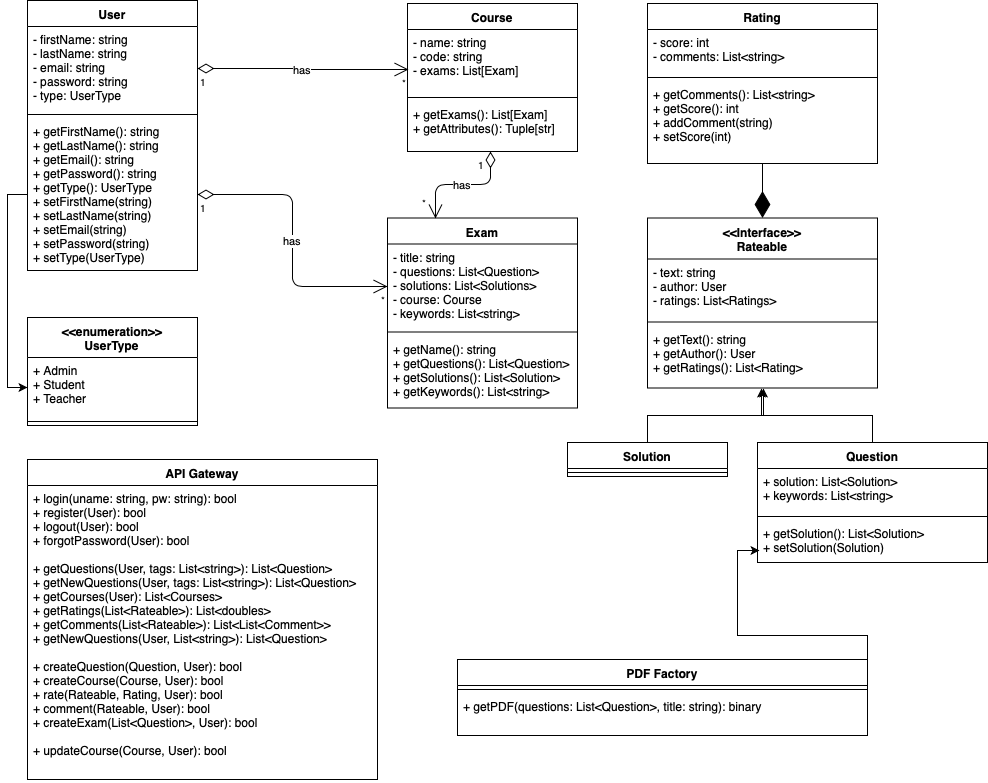
utec-cs2901-2019-2/easy-exam-grupo-iii keeps this draw.io diagram as docs/diagrams/easy-exam-class-diagram.png. Above is the earlier version. Source tidied: cells renumbered, new cells last; positions are measured from the earlier drawing's top-left corner, leaving out a move shared by most shapes.
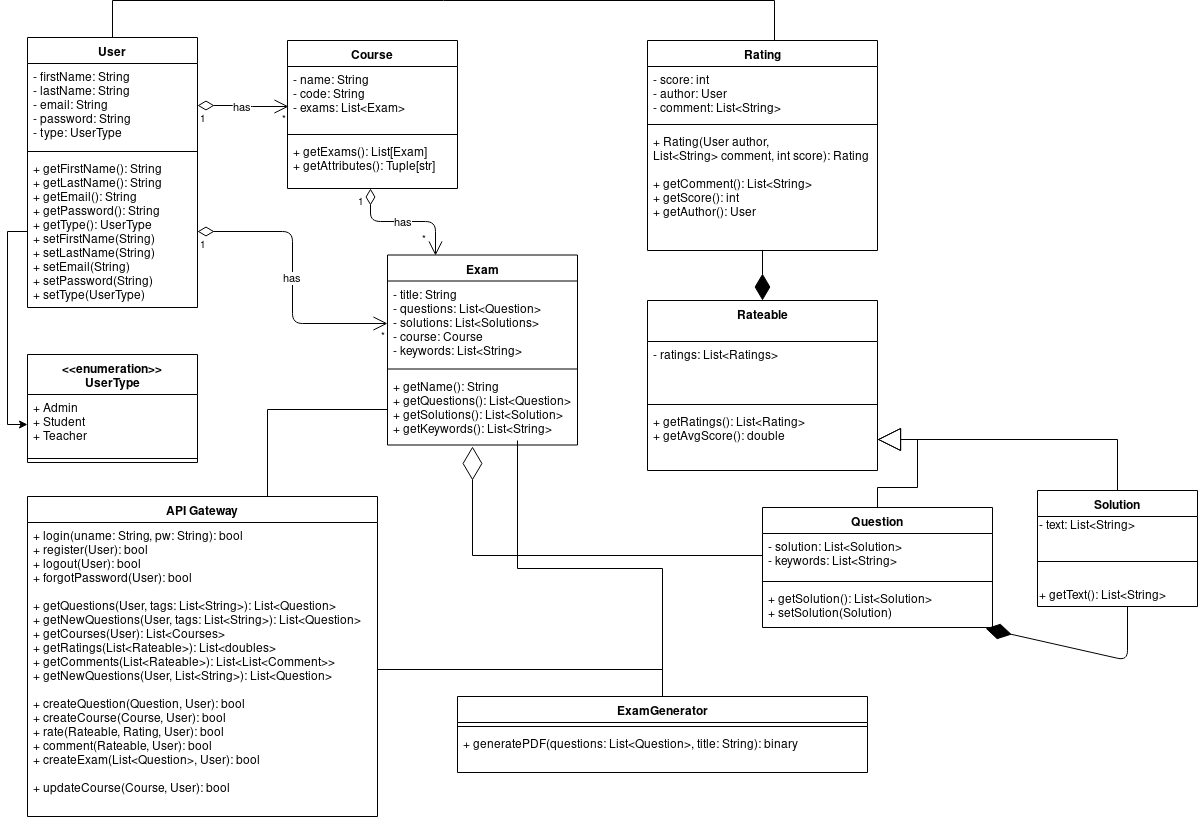
Above is the later version.

Change to the diagram source:
```diff
@@ -3,9 +3,9 @@
     <mxCell id="0" />
     <mxCell id="1" parent="0" />
     <mxCell id="2" value="Course" style="swimlane;fontStyle=1;align=center;verticalAlign=top;horizontal=1;startSize=26;" parent="1" vertex="1">
-      <mxGeometry x="380" y="3" width="170" height="148" as="geometry" />
+      <mxGeometry x="260" y="3" width="170" height="148" as="geometry" />
     </mxCell>
-    <mxCell id="3" value="- name: string&#10;- code: string&#10;- exams: List[Exam]" style="text;strokeColor=none;fillColor=none;align=left;verticalAlign=top;spacingLeft=4;spacingRight=4;overflow=hidden;points=[[0,0.5],[1,0.5]];portConstraint=eastwest;" parent="2" vertex="1">
+    <mxCell id="3" value="- name: String&#10;- code: String&#10;- exams: List&lt;Exam&gt;" style="text;strokeColor=none;fillColor=none;align=left;verticalAlign=top;spacingLeft=4;spacingRight=4;overflow=hidden;points=[[0,0.5],[1,0.5]];portConstraint=eastwest;" parent="2" vertex="1">
       <mxGeometry y="26" width="170" height="64" as="geometry" />
     </mxCell>
     <mxCell id="4" style="line;strokeWidth=1;fillColor=none;align=left;verticalAlign=middle;spacingTop=-1;spacingLeft=3;spacingRight=3;labelPosition=right;" parent="2" vertex="1">
@@ -17,22 +17,22 @@
     <mxCell id="6" value="Exam" style="swimlane;fontStyle=1;align=center;verticalAlign=top;horizontal=1;startSize=26;" parent="1" vertex="1">
       <mxGeometry x="360" y="217.5" width="190" height="190" as="geometry" />
     </mxCell>
-    <mxCell id="7" value="- title: string&#10;- questions: List&lt;Question&gt;&#10;- solutions: List&lt;Solutions&gt;&#10;- course: Course&#10;- keywords: List&lt;string&gt;&#10;" style="text;strokeColor=none;fillColor=none;align=left;verticalAlign=top;spacingLeft=4;spacingRight=4;overflow=hidden;points=[[0,0.5],[1,0.5]];portConstraint=eastwest;" parent="6" vertex="1">
+    <mxCell id="7" value="- title: String&#10;- questions: List&lt;Question&gt;&#10;- solutions: List&lt;Solutions&gt;&#10;- course: Course&#10;- keywords: List&lt;String&gt;&#10;" style="text;strokeColor=none;fillColor=none;align=left;verticalAlign=top;spacingLeft=4;spacingRight=4;overflow=hidden;points=[[0,0.5],[1,0.5]];portConstraint=eastwest;" parent="6" vertex="1">
       <mxGeometry y="26" width="190" height="84" as="geometry" />
     </mxCell>
     <mxCell id="8" style="line;strokeWidth=1;fillColor=none;align=left;verticalAlign=middle;spacingTop=-1;spacingLeft=3;spacingRight=3;labelPosition=right;" parent="6" vertex="1">
       <mxGeometry y="110" width="190" height="8" as="geometry" />
     </mxCell>
-    <mxCell id="9" value="+ getName(): string&#10;+ getQuestions(): List&lt;Question&gt;&#10;+ getSolutions(): List&lt;Solution&gt;&#10;+ getKeywords(): List&lt;string&gt;" style="text;strokeColor=none;fillColor=none;align=left;verticalAlign=top;spacingLeft=4;spacingRight=4;overflow=hidden;points=[[0,0.5],[1,0.5]];portConstraint=eastwest;" parent="6" vertex="1">
+    <mxCell id="9" value="+ getName(): String&#10;+ getQuestions(): List&lt;Question&gt;&#10;+ getSolutions(): List&lt;Solution&gt;&#10;+ getKeywords(): List&lt;String&gt;" style="text;strokeColor=none;fillColor=none;align=left;verticalAlign=top;spacingLeft=4;spacingRight=4;overflow=hidden;points=[[0,0.5],[1,0.5]];portConstraint=eastwest;" parent="6" vertex="1">
       <mxGeometry y="118" width="190" height="72" as="geometry" />
     </mxCell>
-    <mxCell id="10" style="edgeStyle=orthogonalEdgeStyle;rounded=0;jettySize=auto;html=1;exitX=0.5;exitY=0;exitDx=0;exitDy=0;entryX=0.496;entryY=1.008;entryDx=0;entryDy=0;entryPerimeter=0;" parent="1" edge="1" source="11" target="31">
+    <mxCell id="10" style="edgeStyle=orthogonalEdgeStyle;rounded=0;jettySize=auto;html=1;entryX=1;entryY=0.5;entryDx=0;entryDy=0;endArrow=block;endFill=0;exitX=0.5;exitY=0;exitDx=0;exitDy=0;endSize=21;" parent="1" edge="1" source="11" target="31">
       <mxGeometry relative="1" as="geometry" />
     </mxCell>
     <mxCell id="11" value="Question" style="swimlane;fontStyle=1;align=center;verticalAlign=top;horizontal=1;startSize=26;" parent="1" vertex="1">
-      <mxGeometry x="730" y="442" width="230" height="120" as="geometry" />
+      <mxGeometry x="735" y="470" width="230" height="120" as="geometry" />
     </mxCell>
-    <mxCell id="12" value="+ solution: List&lt;Solution&gt;&#10;+ keywords: List&lt;string&gt;" style="text;strokeColor=none;fillColor=none;align=left;verticalAlign=top;spacingLeft=4;spacingRight=4;overflow=hidden;points=[[0,0.5],[1,0.5]];portConstraint=eastwest;" parent="11" vertex="1">
+    <mxCell id="12" value="- solution: List&lt;Solution&gt;&#10;- keywords: List&lt;String&gt;" style="text;strokeColor=none;fillColor=none;align=left;verticalAlign=top;spacingLeft=4;spacingRight=4;overflow=hidden;points=[[0,0.5],[1,0.5]];portConstraint=eastwest;" parent="11" vertex="1">
       <mxGeometry y="26" width="230" height="44" as="geometry" />
     </mxCell>
     <mxCell id="13" style="line;strokeWidth=1;fillColor=none;align=left;verticalAlign=middle;spacingTop=-1;spacingLeft=3;spacingRight=3;labelPosition=right;" parent="11" vertex="1">
@@ -41,57 +41,73 @@
     <mxCell id="14" value="+ getSolution(): List&lt;Solution&gt;&#10;+ setSolution(Solution)" style="text;strokeColor=none;fillColor=none;align=left;verticalAlign=top;spacingLeft=4;spacingRight=4;overflow=hidden;points=[[0,0.5],[1,0.5]];portConstraint=eastwest;" parent="11" vertex="1">
       <mxGeometry y="78" width="230" height="42" as="geometry" />
     </mxCell>
+    <mxCell id="50" style="edgeStyle=orthogonalEdgeStyle;rounded=0;jettySize=auto;html=1;entryX=0;entryY=0.5;entryDx=0;entryDy=0;startSize=28;endArrow=none;endFill=0;endSize=21;strokeWidth=1;" parent="1" edge="1" source="15" target="9">
+      <mxGeometry relative="1" as="geometry">
+        <Array as="points">
+          <mxPoint x="240" y="372" />
+        </Array>
+      </mxGeometry>
+    </mxCell>
     <mxCell id="15" value="API Gateway" style="swimlane;fontStyle=1;align=center;verticalAlign=top;horizontal=1;startSize=26;" parent="1" vertex="1">
       <mxGeometry y="459" width="350" height="320" as="geometry" />
     </mxCell>
-    <mxCell id="16" value="+ login(uname: string, pw: string): bool&#10;+ register(User): bool&#10;+ logout(User): bool&#10;+ forgotPassword(User): bool &#10;&#10;+ getQuestions(User, tags: List&lt;string&gt;): List&lt;Question&gt;&#10;+ getNewQuestions(User, tags: List&lt;string&gt;): List&lt;Question&gt;&#10;+ getCourses(User): List&lt;Courses&gt;&#10;+ getRatings(List&lt;Rateable&gt;): List&lt;doubles&gt;&#10;+ getComments(List&lt;Rateable&gt;): List&lt;List&lt;Comment&gt;&gt;&#10;+ getNewQuestions(User, List&lt;string&gt;): List&lt;Question&gt;&#10;&#10;+ createQuestion(Question, User): bool&#10;+ createCourse(Course, User): bool&#10;+ rate(Rateable, Rating, User): bool&#10;+ comment(Rateable, User): bool&#10;+ createExam(List&lt;Question&gt;, User): bool&#10;&#10;+ updateCourse(Course, User): bool" style="text;strokeColor=none;fillColor=none;align=left;verticalAlign=top;spacingLeft=4;spacingRight=4;overflow=hidden;points=[[0,0.5],[1,0.5]];portConstraint=eastwest;" parent="15" vertex="1">
+    <mxCell id="16" value="+ login(uname: String, pw: String): bool&#10;+ register(User): bool&#10;+ logout(User): bool&#10;+ forgotPassword(User): bool &#10;&#10;+ getQuestions(User, tags: List&lt;String&gt;): List&lt;Question&gt;&#10;+ getNewQuestions(User, tags: List&lt;String&gt;): List&lt;Question&gt;&#10;+ getCourses(User): List&lt;Courses&gt;&#10;+ getRatings(List&lt;Rateable&gt;): List&lt;doubles&gt;&#10;+ getComments(List&lt;Rateable&gt;): List&lt;List&lt;Comment&gt;&gt;&#10;+ getNewQuestions(User, List&lt;String&gt;): List&lt;Question&gt;&#10;&#10;+ createQuestion(Question, User): bool&#10;+ createCourse(Course, User): bool&#10;+ rate(Rateable, Rating, User): bool&#10;+ comment(Rateable, User): bool&#10;+ createExam(List&lt;Question&gt;, User): bool&#10;&#10;+ updateCourse(Course, User): bool" style="text;strokeColor=none;fillColor=none;align=left;verticalAlign=top;spacingLeft=4;spacingRight=4;overflow=hidden;points=[[0,0.5],[1,0.5]];portConstraint=eastwest;" parent="15" vertex="1">
       <mxGeometry y="26" width="350" height="294" as="geometry" />
     </mxCell>
+    <mxCell id="51" style="edgeStyle=orthogonalEdgeStyle;rounded=0;jettySize=auto;html=1;entryX=0.552;entryY=0;entryDx=0;entryDy=0;entryPerimeter=0;startSize=28;endArrow=none;endFill=0;endSize=21;strokeWidth=1;" parent="1" edge="1" source="17" target="24">
+      <mxGeometry relative="1" as="geometry">
+        <Array as="points">
+          <mxPoint x="85" y="-37" />
+          <mxPoint x="747" y="-37" />
+        </Array>
+      </mxGeometry>
+    </mxCell>
     <mxCell id="17" value="User" style="swimlane;fontStyle=1;align=center;verticalAlign=top;horizontal=1;startSize=26;" parent="1" vertex="1">
       <mxGeometry width="170" height="270" as="geometry" />
     </mxCell>
-    <mxCell id="18" value="- firstName: string&#10;- lastName: string&#10;- email: string&#10;- password: string&#10;- type: UserType" style="text;strokeColor=none;fillColor=none;align=left;verticalAlign=top;spacingLeft=4;spacingRight=4;overflow=hidden;points=[[0,0.5],[1,0.5]];portConstraint=eastwest;" parent="17" vertex="1">
+    <mxCell id="18" value="- firstName: String&#10;- lastName: String&#10;- email: String&#10;- password: String&#10;- type: UserType" style="text;strokeColor=none;fillColor=none;align=left;verticalAlign=top;spacingLeft=4;spacingRight=4;overflow=hidden;points=[[0,0.5],[1,0.5]];portConstraint=eastwest;" parent="17" vertex="1">
       <mxGeometry y="26" width="170" height="84" as="geometry" />
     </mxCell>
     <mxCell id="19" style="line;strokeWidth=1;fillColor=none;align=left;verticalAlign=middle;spacingTop=-1;spacingLeft=3;spacingRight=3;labelPosition=right;" parent="17" vertex="1">
       <mxGeometry y="110" width="170" height="8" as="geometry" />
     </mxCell>
-    <mxCell id="20" value="+ getFirstName(): string&#10;+ getLastName(): string&#10;+ getEmail(): string&#10;+ getPassword(): string &#10;+ getType(): UserType&#10;+ setFirstName(string)&#10;+ setLastName(string)&#10;+ setEmail(string)&#10;+ setPassword(string)&#10;+ setType(UserType)" style="text;strokeColor=none;fillColor=none;align=left;verticalAlign=top;spacingLeft=4;spacingRight=4;overflow=hidden;points=[[0,0.5],[1,0.5]];portConstraint=eastwest;" parent="17" vertex="1">
+    <mxCell id="20" value="+ getFirstName(): String&#10;+ getLastName(): String&#10;+ getEmail(): String&#10;+ getPassword(): String &#10;+ getType(): UserType&#10;+ setFirstName(String)&#10;+ setLastName(String)&#10;+ setEmail(String)&#10;+ setPassword(String)&#10;+ setType(UserType)" style="text;strokeColor=none;fillColor=none;align=left;verticalAlign=top;spacingLeft=4;spacingRight=4;overflow=hidden;points=[[0,0.5],[1,0.5]];portConstraint=eastwest;" parent="17" vertex="1">
       <mxGeometry y="118" width="170" height="152" as="geometry" />
     </mxCell>
-    <mxCell id="21" style="edgeStyle=orthogonalEdgeStyle;rounded=0;jettySize=auto;html=1;exitX=0.5;exitY=0;exitDx=0;exitDy=0;" parent="1" edge="1" source="22">
-      <mxGeometry relative="1" as="geometry">
-        <mxPoint x="736" y="388" as="targetPoint" />
-      </mxGeometry>
-    </mxCell>
     <mxCell id="22" value="Solution" style="swimlane;fontStyle=1;align=center;verticalAlign=top;horizontal=1;startSize=26;" parent="1" vertex="1">
-      <mxGeometry x="540" y="442" width="160" height="34" as="geometry" />
+      <mxGeometry x="1010" y="453" width="160" height="116" as="geometry" />
     </mxCell>
+    <mxCell id="52" value="- text: List&amp;lt;String&amp;gt;" style="text;html=1;align=left;verticalAlign=top;spacingTop=-4;" parent="22" vertex="1">
+      <mxGeometry y="26" width="160" height="20" as="geometry" />
+    </mxCell>
     <mxCell id="23" style="line;strokeWidth=1;fillColor=none;align=left;verticalAlign=middle;spacingTop=-1;spacingLeft=3;spacingRight=3;labelPosition=right;" parent="22" vertex="1">
-      <mxGeometry y="26" width="160" height="8" as="geometry" />
+      <mxGeometry y="46" width="160" height="50" as="geometry" />
     </mxCell>
+    <mxCell id="53" value="+ getText(): List&amp;lt;String&amp;gt;" style="text;html=1;align=left;verticalAlign=top;spacingTop=-4;" parent="22" vertex="1">
+      <mxGeometry y="96" width="160" height="20" as="geometry" />
+    </mxCell>
     <mxCell id="24" value="Rating" style="swimlane;fontStyle=1;align=center;verticalAlign=top;horizontal=1;startSize=26;" parent="1" vertex="1">
-      <mxGeometry x="620" y="3" width="230" height="160" as="geometry" />
+      <mxGeometry x="620" y="3" width="230" height="210" as="geometry" />
     </mxCell>
-    <mxCell id="25" value="- score: int&#10;- comments: List&lt;string&gt;" style="text;strokeColor=none;fillColor=none;align=left;verticalAlign=top;spacingLeft=4;spacingRight=4;overflow=hidden;" parent="24" vertex="1">
-      <mxGeometry y="26" width="230" height="44" as="geometry" />
+    <mxCell id="25" value="- score: int&#10;- author: User&#10;- comment: List&lt;String&gt;&#10;" style="text;strokeColor=none;fillColor=none;align=left;verticalAlign=top;spacingLeft=4;spacingRight=4;overflow=hidden;" parent="24" vertex="1">
+      <mxGeometry y="26" width="230" height="54" as="geometry" />
     </mxCell>
     <mxCell id="26" style="line;strokeWidth=1;fillColor=none;align=left;verticalAlign=middle;spacingTop=-1;spacingLeft=3;spacingRight=3;labelPosition=right;" parent="24" vertex="1">
-      <mxGeometry y="70" width="230" height="8" as="geometry" />
+      <mxGeometry y="80" width="230" height="8" as="geometry" />
     </mxCell>
-    <mxCell id="27" value="+ getComments(): List&lt;string&gt;&#10;+ getScore(): int&#10;+ addComment(string)&#10;+ setScore(int)" style="text;strokeColor=none;fillColor=none;align=left;verticalAlign=top;spacingLeft=4;spacingRight=4;overflow=hidden;points=[[0,0.5],[1,0.5]];portConstraint=eastwest;" parent="24" vertex="1">
-      <mxGeometry y="78" width="230" height="82" as="geometry" />
+    <mxCell id="27" value="+ Rating(User author, &#10;List&lt;String&gt; comment, int score): Rating&#10;&#10;+ getComment(): List&lt;String&gt;&#10;+ getScore(): int&#10;+ getAuthor(): User&#10;" style="text;strokeColor=none;fillColor=none;align=left;verticalAlign=top;spacingLeft=4;spacingRight=4;overflow=hidden;points=[[0,0.5],[1,0.5]];portConstraint=eastwest;" parent="24" vertex="1">
+      <mxGeometry y="88" width="230" height="122" as="geometry" />
     </mxCell>
-    <mxCell id="28" value="&lt;&lt;Interface&gt;&gt;&#10;Rateable" style="swimlane;fontStyle=1;align=center;verticalAlign=top;horizontal=1;startSize=41;" parent="1" vertex="1">
-      <mxGeometry x="620" y="217.5" width="230" height="170" as="geometry" />
+    <mxCell id="28" value="Rateable" style="swimlane;fontStyle=1;align=center;verticalAlign=top;horizontal=1;startSize=41;" parent="1" vertex="1">
+      <mxGeometry x="620" y="263" width="230" height="170" as="geometry" />
     </mxCell>
-    <mxCell id="29" value="- text: string&#10;- author: User&#10;- ratings: List&lt;Ratings&gt;&#10;" style="text;strokeColor=none;fillColor=none;align=left;verticalAlign=top;spacingLeft=4;spacingRight=4;overflow=hidden;" parent="28" vertex="1">
+    <mxCell id="29" value="- ratings: List&lt;Ratings&gt;&#10;" style="text;strokeColor=none;fillColor=none;align=left;verticalAlign=top;spacingLeft=4;spacingRight=4;overflow=hidden;" parent="28" vertex="1">
       <mxGeometry y="41" width="230" height="59" as="geometry" />
     </mxCell>
     <mxCell id="30" style="line;strokeWidth=1;fillColor=none;align=left;verticalAlign=middle;spacingTop=-1;spacingLeft=3;spacingRight=3;labelPosition=right;" parent="28" vertex="1">
       <mxGeometry y="100" width="230" height="8" as="geometry" />
     </mxCell>
-    <mxCell id="31" value="+ getText(): string&#10;+ getAuthor(): User&#10;+ getRatings(): List&lt;Rating&gt;" style="text;strokeColor=none;fillColor=none;align=left;verticalAlign=top;spacingLeft=4;spacingRight=4;overflow=hidden;points=[[0,0.5],[1,0.5]];portConstraint=eastwest;" parent="28" vertex="1">
+    <mxCell id="31" value="+ getRatings(): List&lt;Rating&gt;&#10;+ getAvgScore(): double&#10;" style="text;strokeColor=none;fillColor=none;align=left;verticalAlign=top;spacingLeft=4;spacingRight=4;overflow=hidden;points=[[0,0.5],[1,0.5]];portConstraint=eastwest;" parent="28" vertex="1">
       <mxGeometry y="108" width="230" height="62" as="geometry" />
     </mxCell>
     <mxCell id="32" value="&lt;&lt;enumeration&gt;&gt;&#10;UserType" style="swimlane;fontStyle=1;align=center;verticalAlign=top;horizontal=1;startSize=40;" parent="1" vertex="1">
@@ -103,13 +119,18 @@
     <mxCell id="34" style="line;strokeWidth=1;fillColor=none;align=left;verticalAlign=middle;spacingTop=-1;spacingLeft=3;spacingRight=3;labelPosition=right;" parent="32" vertex="1">
       <mxGeometry y="100" width="170" height="8" as="geometry" />
     </mxCell>
+    <mxCell id="54" style="edgeStyle=orthogonalEdgeStyle;rounded=0;jettySize=auto;html=1;startSize=28;endArrow=none;endFill=0;endSize=21;strokeWidth=1;" parent="1" edge="1" source="35">
+      <mxGeometry relative="1" as="geometry">
+        <mxPoint x="490" y="403" as="targetPoint" />
+      </mxGeometry>
+    </mxCell>
-    <mxCell id="35" value="PDF Factory" style="swimlane;fontStyle=1;align=center;verticalAlign=top;horizontal=1;startSize=26;" parent="1" vertex="1">
+    <mxCell id="35" value="ExamGenerator&#10;" style="swimlane;fontStyle=1;align=center;verticalAlign=top;horizontal=1;startSize=26;" parent="1" vertex="1">
       <mxGeometry x="430" y="659" width="410" height="76" as="geometry" />
     </mxCell>
     <mxCell id="36" style="line;strokeWidth=1;fillColor=none;align=left;verticalAlign=middle;spacingTop=-1;spacingLeft=3;spacingRight=3;labelPosition=right;" parent="35" vertex="1">
       <mxGeometry y="26" width="410" height="8" as="geometry" />
     </mxCell>
-    <mxCell id="37" value="+ getPDF(questions: List&lt;Question&gt;, title: string): binary" style="text;strokeColor=none;fillColor=none;align=left;verticalAlign=top;spacingLeft=4;spacingRight=4;overflow=hidden;" parent="35" vertex="1">
+    <mxCell id="37" value="+ generatePDF(questions: List&lt;Question&gt;, title: String): binary" style="text;strokeColor=none;fillColor=none;align=left;verticalAlign=top;spacingLeft=4;spacingRight=4;overflow=hidden;" parent="35" vertex="1">
       <mxGeometry y="34" width="410" height="42" as="geometry" />
     </mxCell>
     <mxCell id="38" style="endArrow=diamondThin;endFill=1;endSize=24;html=1;entryX=0.5;entryY=0;entryDx=0;entryDy=0;" parent="1" edge="1" source="27" target="28">
@@ -149,10 +170,26 @@
         <mxPoint x="-7" y="-29" as="offset" />
       </mxGeometry>
     </mxCell>
-    <mxCell id="49" style="edgeStyle=orthogonalEdgeStyle;rounded=0;jettySize=auto;html=1;exitX=1;exitY=0.5;exitDx=0;exitDy=0;entryX=0.009;entryY=0.714;entryDx=0;entryDy=0;entryPerimeter=0;" parent="1" edge="1" target="14">
-      <mxGeometry relative="1" as="geometry">
-        <mxPoint x="840" y="707" as="sourcePoint" />
-      </mxGeometry>
-    </mxCell>
+    <mxCell id="55" style="edgeStyle=orthogonalEdgeStyle;rounded=0;jettySize=auto;html=1;endArrow=block;endFill=0;entryX=1;entryY=0.5;entryDx=0;entryDy=0;exitX=0.5;exitY=0;exitDx=0;exitDy=0;endSize=21;" parent="1" edge="1" source="22" target="31">
+      <mxGeometry relative="1" as="geometry" />
+    </mxCell>
+    <mxCell id="56" style="endArrow=diamondThin;endFill=1;endSize=24;html=1;entryX=0.97;entryY=1.024;entryDx=0;entryDy=0;entryPerimeter=0;" parent="1" edge="1" target="14">
+      <mxGeometry relative="1" as="geometry">
+        <mxPoint x="1100" y="569" as="sourcePoint" />
+        <Array as="points">
+          <mxPoint x="1100" y="623" />
+        </Array>
+      </mxGeometry>
+    </mxCell>
+    <mxCell id="57" style="edgeStyle=orthogonalEdgeStyle;rounded=0;jettySize=auto;html=1;entryX=0.447;entryY=1.021;entryDx=0;entryDy=0;entryPerimeter=0;endArrow=diamondThin;endFill=0;strokeWidth=1;endSize=31;startSize=28;" parent="1" edge="1" source="12" target="9">
+      <mxGeometry relative="1" as="geometry">
+        <Array as="points">
+          <mxPoint x="445" y="518" />
+        </Array>
+      </mxGeometry>
+    </mxCell>
+    <mxCell id="58" style="edgeStyle=orthogonalEdgeStyle;rounded=0;jettySize=auto;html=1;entryX=0.5;entryY=0;entryDx=0;entryDy=0;startSize=28;endArrow=none;endFill=0;endSize=21;strokeWidth=1;" parent="1" edge="1" source="16" target="35">
+      <mxGeometry relative="1" as="geometry" />
+    </mxCell>
   </root>
 </mxGraphModel>
```
